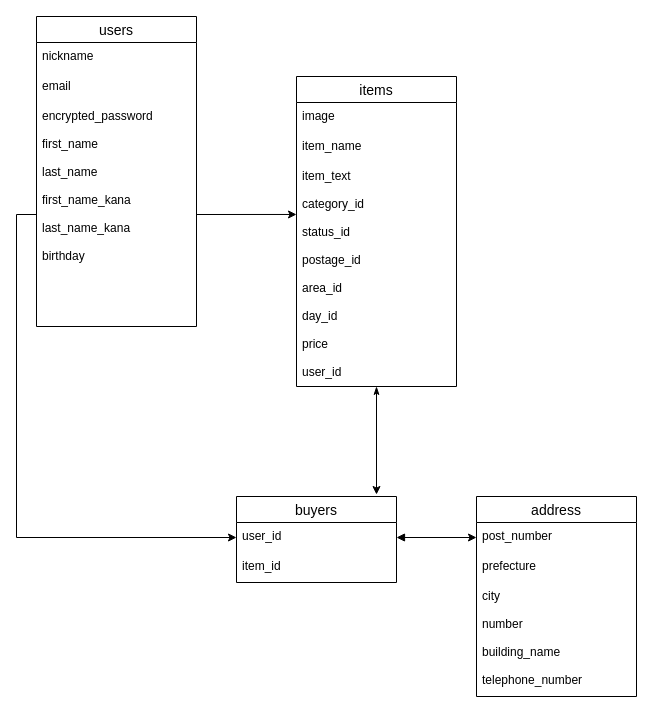
Before: ER.dio in iwamottyan/furima-35510, a draw.io diagram. Source tidied: cells renumbered, new cells numbered last; positions are measured from the earlier drawing's top-left corner, leaving out a move shared by most shapes. Both pictures are drawn from the tidied source at 100%, with x=0, y=0 at pixel (16, 16).
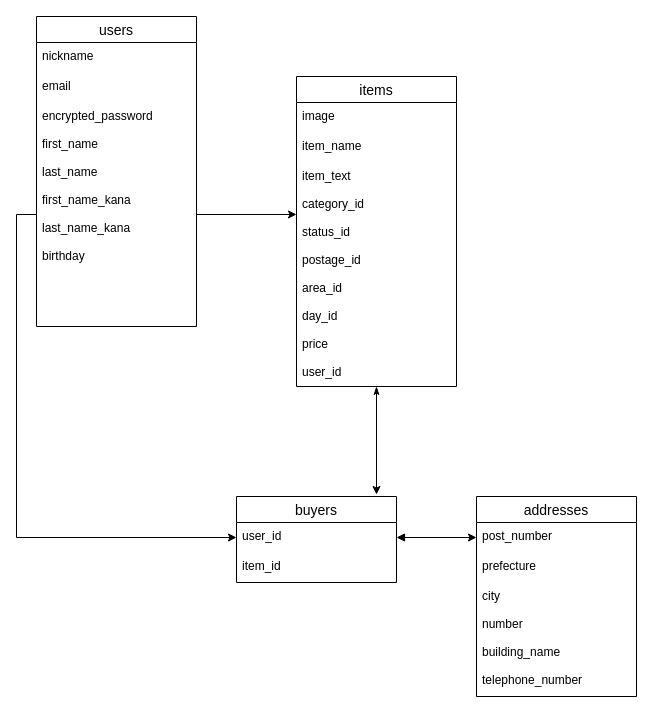
The same page after the edit.

Commit message (it also covers changes not shown here):
データベース設計修正７

Diff of the diagram source:
```diff
@@
-    <mxCell id="14" value="address" style="swimlane;fontStyle=0;horizontal=1;startSize=26;align=center;fontSize=14;" parent="1" vertex="1">
+    <mxCell id="14" value="addresses" style="swimlane;fontStyle=0;horizontal=1;startSize=26;align=center;fontSize=14;" parent="1" vertex="1">
       <mxGeometry x="460" y="480" width="160" height="200" as="geometry" />
     </mxCell>
```
